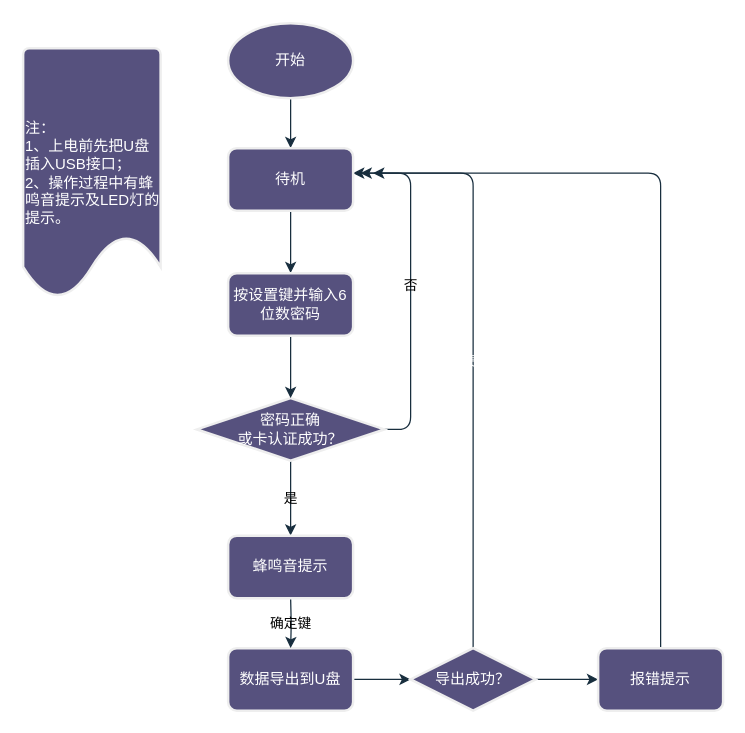
kupier/12306-electron keeps this draw.io diagram as page "导出数据" (3 of 5) of electroic_meter.drawio. Above is the earlier version. Source tidied: cells renumbered, new cells numbered last; positions are measured from the earlier drawing's top-left corner, leaving out a move shared by most shapes. Both pictures are drawn from the tidied source at 125%, with x=0, y=0 at pixel (22, 22).
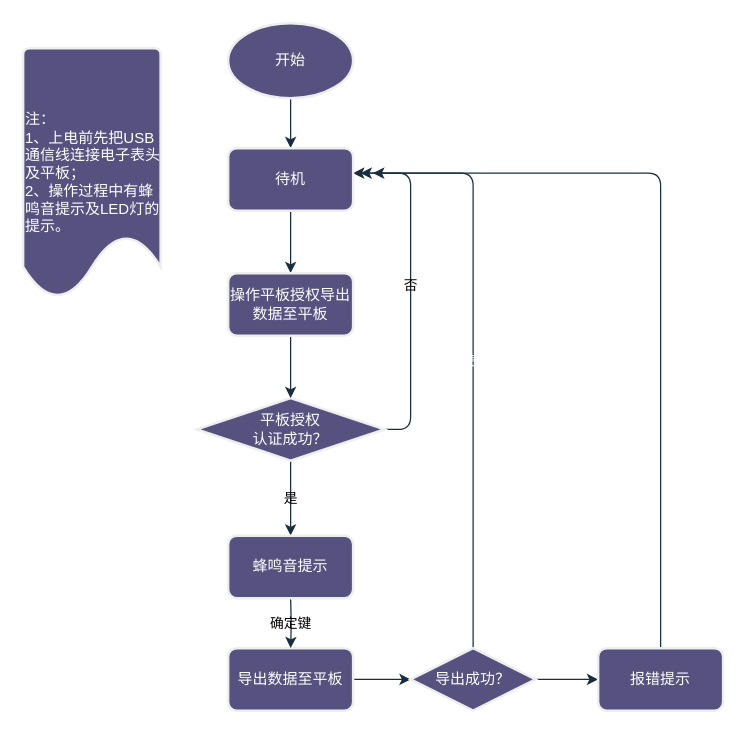
After the change.

The edit, as a diff of the source:
```diff
@@
-    <mxCell id="7" value="密码正确&lt;br&gt;或卡认证成功？" style="strokeWidth=2;html=1;shape=mxgraph.flowchart.decision;whiteSpace=wrap;rounded=1;labelBackgroundColor=none;fillColor=#56517E;strokeColor=#EEEEEE;fontColor=#FFFFFF;" parent="1" vertex="1">
+    <mxCell id="7" value="平板授权&lt;br&gt;认证成功？" style="strokeWidth=2;html=1;shape=mxgraph.flowchart.decision;whiteSpace=wrap;rounded=1;labelBackgroundColor=none;fillColor=#56517E;strokeColor=#EEEEEE;fontColor=#FFFFFF;" parent="1" vertex="1">
       <mxGeometry x="139" y="300" width="150" height="50" as="geometry" />
     </mxCell>
@@
-    <mxCell id="9" value="按设置键并输入6位数密码" style="rounded=1;whiteSpace=wrap;html=1;absoluteArcSize=1;arcSize=14;strokeWidth=2;labelBackgroundColor=none;fillColor=#56517E;strokeColor=#EEEEEE;fontColor=#FFFFFF;" parent="1" vertex="1">
+    <mxCell id="9" value="操作平板授权导出数据至平板" style="rounded=1;whiteSpace=wrap;html=1;absoluteArcSize=1;arcSize=14;strokeWidth=2;labelBackgroundColor=none;fillColor=#56517E;strokeColor=#EEEEEE;fontColor=#FFFFFF;" parent="1" vertex="1">
       <mxGeometry x="164" y="200" width="100" height="50" as="geometry" />
     </mxCell>
@@
-    <mxCell id="11" value="数据导出到U盘" style="rounded=1;whiteSpace=wrap;html=1;absoluteArcSize=1;arcSize=14;strokeWidth=2;labelBackgroundColor=none;fillColor=#56517E;strokeColor=#EEEEEE;fontColor=#FFFFFF;" parent="1" vertex="1">
+    <mxCell id="11" value="导出数据至平板" style="rounded=1;whiteSpace=wrap;html=1;absoluteArcSize=1;arcSize=14;strokeWidth=2;labelBackgroundColor=none;fillColor=#56517E;strokeColor=#EEEEEE;fontColor=#FFFFFF;" parent="1" vertex="1">
       <mxGeometry x="164" y="500" width="100" height="50" as="geometry" />
     </mxCell>
-    <mxCell id="12" value="注：&lt;br&gt;1、上电前先把U盘插入USB接口；&lt;br&gt;2、操作过程中有蜂鸣音提示及LED灯的提示。" style="strokeWidth=2;html=1;shape=mxgraph.flowchart.document2;whiteSpace=wrap;size=0.25;align=left;rounded=1;labelBackgroundColor=none;fillColor=#56517E;strokeColor=#EEEEEE;fontColor=#FFFFFF;" parent="1" vertex="1">
+    <mxCell id="12" value="注：&lt;br&gt;1、上电前先把USB通信线连接电子表头及平板；&lt;br&gt;2、操作过程中有蜂鸣音提示及LED灯的提示。" style="strokeWidth=2;html=1;shape=mxgraph.flowchart.document2;whiteSpace=wrap;size=0.25;align=left;rounded=1;labelBackgroundColor=none;fillColor=#56517E;strokeColor=#EEEEEE;fontColor=#FFFFFF;" parent="1" vertex="1">
       <mxGeometry y="20" width="110" height="200" as="geometry" />
     </mxCell>
```
